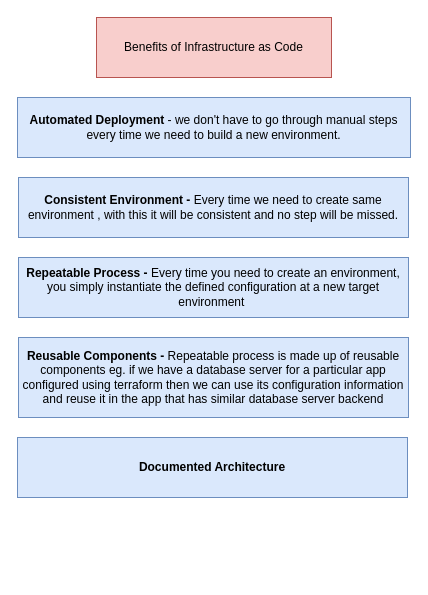
Earlier version of the draw.io diagram page "07-Benefits of IaC" (7 of 17) of Terraform.drawio (rikkhanna/Draw.io). Source tidied: cells renumbered, new cells numbered last; positions are measured from the earlier drawing's top-left corner, leaving out a move shared by most shapes. Both pictures are drawn from the tidied source at 100%, with x=0, y=0 at pixel (17, 17).
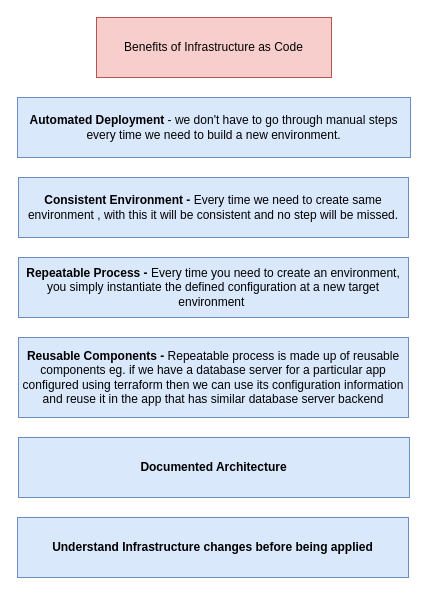
After the change.

What changed in the source:
```diff
@@
 <mxGraphModel>
   <root>
     <mxCell id="0" />
     <mxCell id="1" parent="0" />
     <mxCell id="2" value="Benefits of Infrastructure as Code" style="rounded=0;whiteSpace=wrap;html=1;fillColor=#f8cecc;strokeColor=#b85450;" parent="1" vertex="1">
       <mxGeometry x="79" width="235" height="60" as="geometry" />
     </mxCell>
     <mxCell id="3" value="&lt;b&gt;Automated Deployment&lt;/b&gt; - we don't have to go through manual steps every time we need to build a new environment." style="rounded=0;whiteSpace=wrap;html=1;fillColor=#dae8fc;strokeColor=#6c8ebf;" parent="1" vertex="1">
       <mxGeometry y="80" width="393" height="60" as="geometry" />
     </mxCell>
     <mxCell id="4" value="&lt;b&gt;Consistent Environment - &lt;/b&gt;Every time we need to create same environment , with this it will be consistent and no step will be missed." style="rounded=0;whiteSpace=wrap;html=1;fillColor=#dae8fc;strokeColor=#6c8ebf;" parent="1" vertex="1">
       <mxGeometry x="1" y="160" width="390" height="60" as="geometry" />
     </mxCell>
     <mxCell id="5" value="&lt;b&gt;Repeatable Process - &lt;/b&gt;Every time you need to create an environment, you simply instantiate the defined configuration at a new target environment&amp;nbsp;" style="rounded=0;whiteSpace=wrap;html=1;fillColor=#dae8fc;strokeColor=#6c8ebf;" parent="1" vertex="1">
       <mxGeometry x="1" y="240" width="390" height="60" as="geometry" />
     </mxCell>
     <mxCell id="6" value="&lt;b&gt;Reusable Components - &lt;/b&gt;Repeatable process is made up of reusable components eg. if we have a database server for a particular app configured using terraform then we can use its configuration information and reuse it in the app that has similar database server backend" style="rounded=0;whiteSpace=wrap;html=1;fillColor=#dae8fc;strokeColor=#6c8ebf;" parent="1" vertex="1">
       <mxGeometry x="1" y="320" width="390" height="80" as="geometry" />
     </mxCell>
     <mxCell id="7" value="&lt;b&gt;Documented Architecture&lt;/b&gt;" style="rounded=0;whiteSpace=wrap;html=1;fillColor=#dae8fc;strokeColor=#6c8ebf;" parent="1" vertex="1">
-      <mxGeometry y="420" width="390" height="60" as="geometry" />
+      <mxGeometry x="1" y="420" width="391" height="60" as="geometry" />
     </mxCell>
+    <mxCell id="8" value="&lt;b&gt;Understand Infrastructure changes before being applied&lt;/b&gt;" style="rounded=0;whiteSpace=wrap;html=1;fillColor=#dae8fc;strokeColor=#6c8ebf;" parent="1" vertex="1">
+      <mxGeometry y="500" width="391" height="60" as="geometry" />
+    </mxCell>
   </root>
 </mxGraphModel>
```
